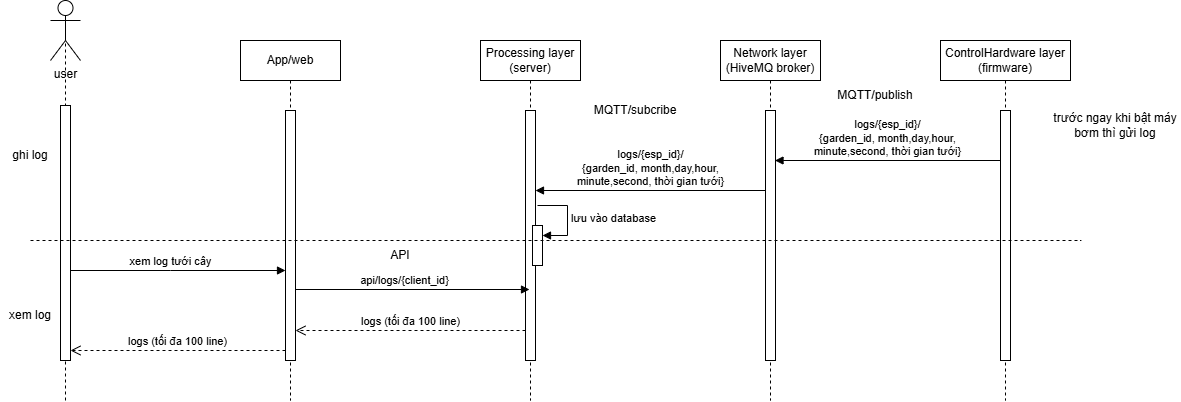
The draw.io diagram details/2_system_analysis_and_sesign/3_sequence_diagram/2 quản lý vườn cây/5_sequence_ghi_xem_log_tuoicay/ghi log tưới cây.drawio.png in Minh-Quan-dz123/smart_plant_monitoring_and_watering_system, before a commit. Source tidied: cells renumbered, new cells last; positions are measured from the earlier drawing's top-left corner, leaving out a move shared by most shapes.
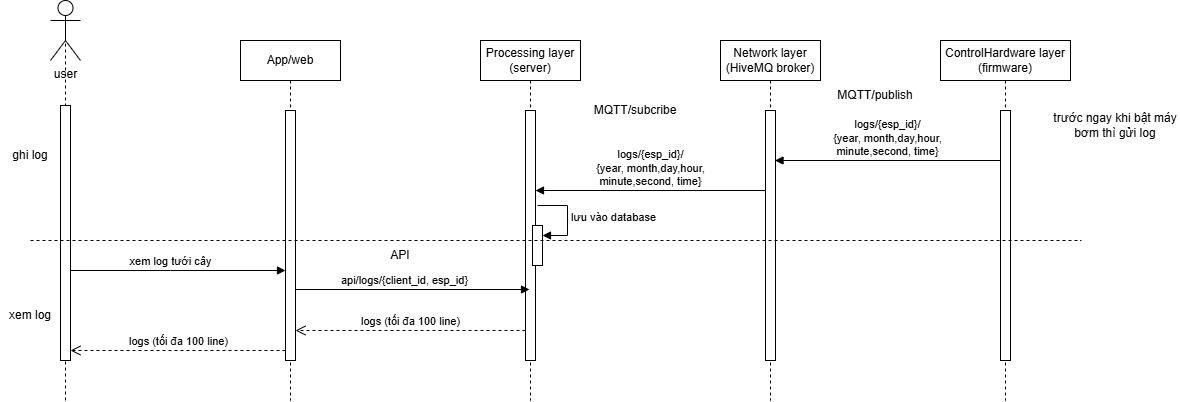
After the commit.

Change to the diagram source:
```diff
@@ -54,7 +54,7 @@
     <mxCell id="16" value="MQTT/publish" style="text;html=1;whiteSpace=wrap;strokeColor=none;fillColor=none;align=center;verticalAlign=middle;rounded=0;" parent="1" vertex="1">
       <mxGeometry x="830" y="85" width="90" height="20" as="geometry" />
     </mxCell>
-    <mxCell id="17" value="logs/{esp_id}/&lt;div&gt;{garden_id, month,day,hour,&lt;/div&gt;&lt;div&gt;minute,second, thời gian tưới&lt;span style=&quot;color: light-dark(rgb(0, 0, 0), rgb(255, 255, 255)); background-color: light-dark(#ffffff, var(--ge-dark-color, #121212));&quot;&gt;}&lt;/span&gt;&lt;/div&gt;" style="html=1;verticalAlign=bottom;endArrow=block;edgeStyle=elbowEdgeStyle;elbow=horizontal;curved=0;rounded=0;" parent="1" edge="1">
+    <mxCell id="17" value="logs/{esp_id}/&lt;div&gt;{year, month,day,hour,&lt;/div&gt;&lt;div&gt;minute,second, time&lt;span style=&quot;color: light-dark(rgb(0, 0, 0), rgb(255, 255, 255)); background-color: light-dark(#ffffff, var(--ge-dark-color, #121212));&quot;&gt;}&lt;/span&gt;&lt;/div&gt;" style="html=1;verticalAlign=bottom;endArrow=block;edgeStyle=elbowEdgeStyle;elbow=horizontal;curved=0;rounded=0;" parent="1" edge="1">
       <mxGeometry relative="1" as="geometry">
         <mxPoint x="999.5" y="160" as="sourcePoint" />
         <mxPoint x="774.5" y="160" as="targetPoint" />
@@ -78,7 +78,7 @@
     <mxCell id="20" value="trước ngay khi bật máy bơm thì gửi log" style="text;html=1;whiteSpace=wrap;strokeColor=none;fillColor=none;align=center;verticalAlign=middle;rounded=0;" parent="1" vertex="1">
       <mxGeometry x="1050" y="110" width="130" height="30" as="geometry" />
     </mxCell>
-    <mxCell id="21" value="logs/{esp_id}/&lt;div&gt;{garden_id, month,day,hour,&lt;/div&gt;&lt;div&gt;minute,second, thời gian tưới&lt;span style=&quot;color: light-dark(rgb(0, 0, 0), rgb(255, 255, 255)); background-color: light-dark(#ffffff, var(--ge-dark-color, #121212));&quot;&gt;}&lt;/span&gt;&lt;/div&gt;" style="html=1;verticalAlign=bottom;endArrow=block;edgeStyle=elbowEdgeStyle;elbow=horizontal;curved=0;rounded=0;" parent="1" edge="1" source="5" target="10">
+    <mxCell id="21" value="logs/{esp_id}/&lt;div&gt;{year, month,day,hour,&lt;/div&gt;&lt;div&gt;minute,second, time&lt;span style=&quot;color: light-dark(rgb(0, 0, 0), rgb(255, 255, 255)); background-color: light-dark(#ffffff, var(--ge-dark-color, #121212));&quot;&gt;}&lt;/span&gt;&lt;/div&gt;" style="html=1;verticalAlign=bottom;endArrow=block;edgeStyle=elbowEdgeStyle;elbow=horizontal;curved=0;rounded=0;" parent="1" edge="1" source="5" target="10">
       <mxGeometry relative="1" as="geometry">
         <Array as="points">
           <mxPoint x="598.5" y="190" />
@@ -91,7 +91,7 @@
         <mxPoint x="1080.7" y="240" as="targetPoint" />
       </mxGeometry>
     </mxCell>
-    <mxCell id="23" value="api/logs/{client_id}" style="html=1;verticalAlign=bottom;endArrow=block;edgeStyle=elbowEdgeStyle;elbow=vertical;curved=0;rounded=0;entryX=0.4;entryY=0.715;entryDx=0;entryDy=0;entryPerimeter=0;" parent="1" edge="1" source="3" target="10">
+    <mxCell id="23" value="api/logs/{client_id, esp_id}" style="html=1;verticalAlign=bottom;endArrow=block;edgeStyle=elbowEdgeStyle;elbow=vertical;curved=0;rounded=0;entryX=0.4;entryY=0.715;entryDx=0;entryDy=0;entryPerimeter=0;" parent="1" edge="1" source="3" target="10">
       <mxGeometry x="-0.07" relative="1" as="geometry">
         <Array as="points">
           <mxPoint x="490" y="289" />
```
